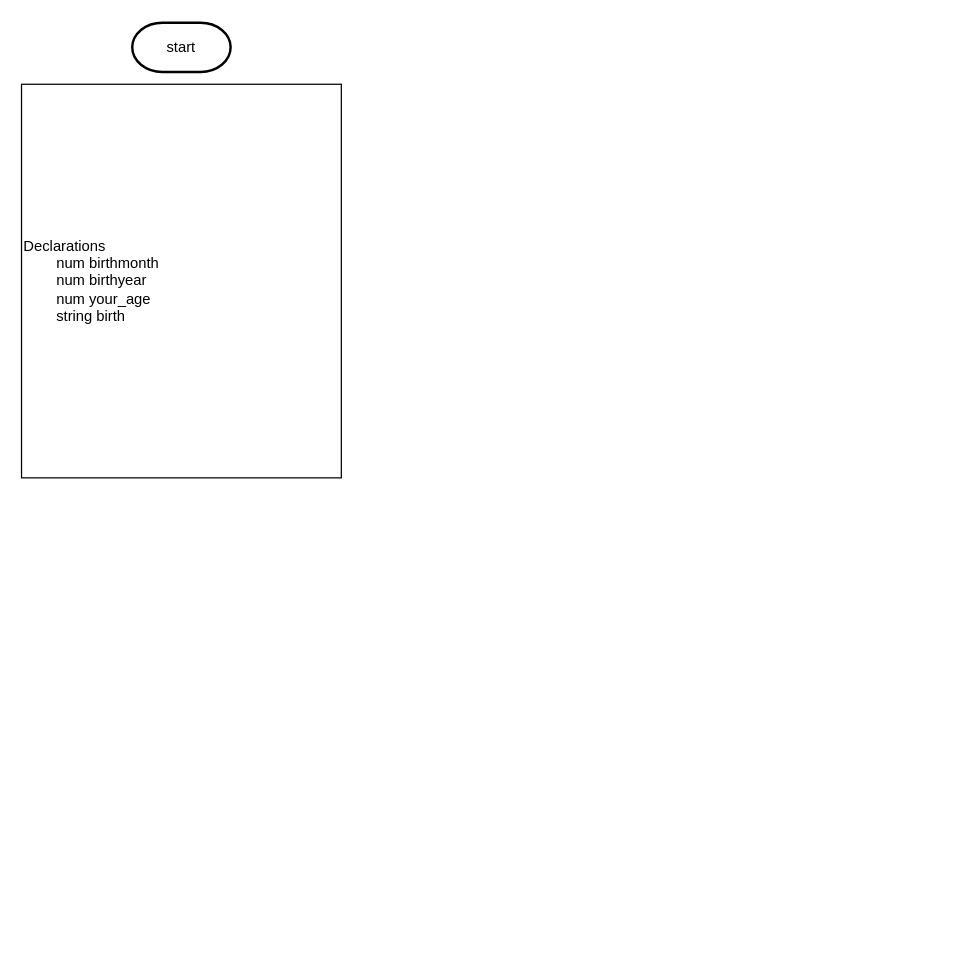
Above: test2.drawio in saydough/waterbased (draw.io), before the change. Source tidied: cells renumbered, new cells numbered last; positions are measured from the earlier drawing's top-left corner, leaving out a move shared by most shapes. Both pictures are drawn from the tidied source at 123%, with x=0, y=0 at pixel (21, 22).
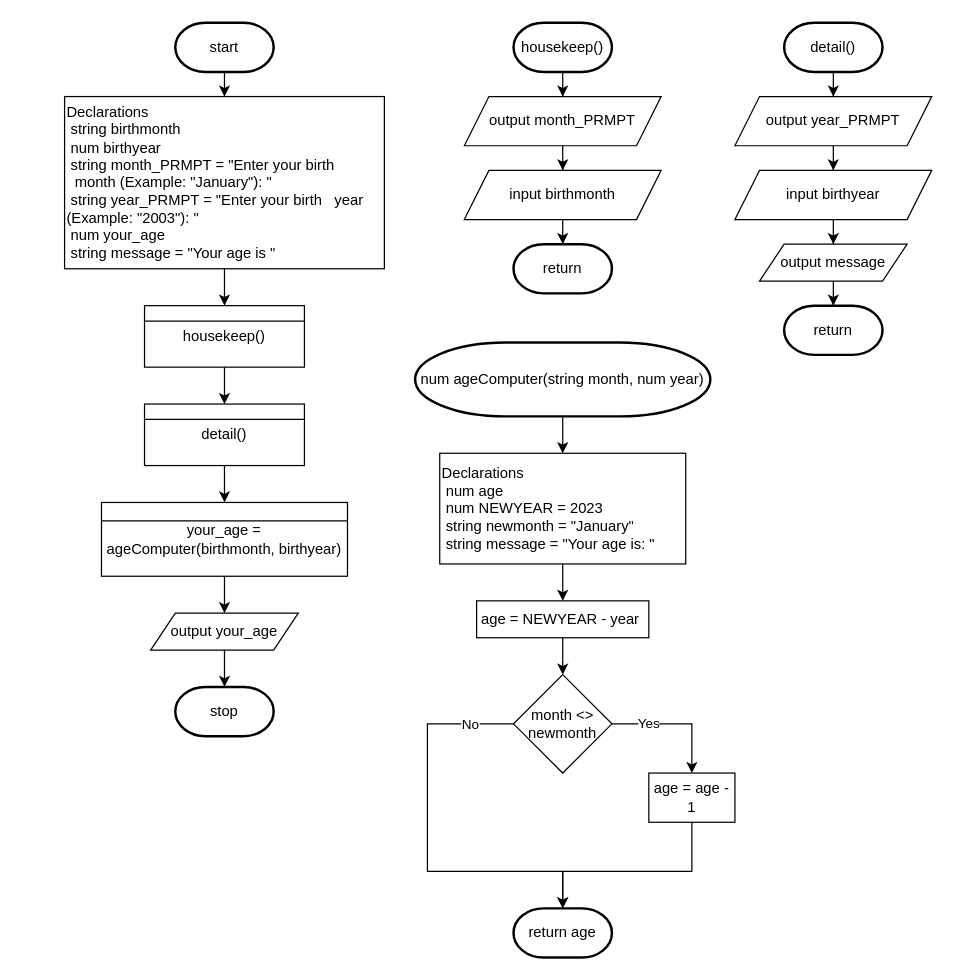
Above is the later version.

What changed in the source:
```diff
@@
+    <mxCell id="4" style="edgeStyle=orthogonalEdgeStyle;rounded=0;jettySize=auto;html=1;entryX=0.5;entryY=0;entryDx=0;entryDy=0;" parent="1" edge="1" source="2" target="3">
+      <mxGeometry relative="1" as="geometry" />
+    </mxCell>
     <mxCell id="2" value="start" style="strokeWidth=2;html=1;shape=mxgraph.flowchart.terminator;whiteSpace=wrap;" parent="1" vertex="1">
-      <mxGeometry x="90" width="80" height="40" as="geometry" />
+      <mxGeometry x="125" width="80" height="40" as="geometry" />
     </mxCell>
+    <mxCell id="5" style="edgeStyle=orthogonalEdgeStyle;rounded=0;jettySize=auto;html=1;entryX=0.5;entryY=0;entryDx=0;entryDy=0;" parent="1" edge="1" source="3" target="7">
+      <mxGeometry relative="1" as="geometry" />
+    </mxCell>
-    <mxCell id="3" value="Declarations&lt;br&gt;&lt;span style=&quot;white-space: pre;&quot;&gt;&#9;&lt;/span&gt;num birthmonth&lt;br&gt;&lt;span style=&quot;white-space: pre;&quot;&gt;&#9;&lt;/span&gt;num birthyear&lt;br&gt;&lt;span style=&quot;white-space: pre;&quot;&gt;&#9;&lt;/span&gt;num your_age&lt;br&gt;&lt;span style=&quot;white-space: pre;&quot;&gt;&#9;&lt;/span&gt;string birth" style="rounded=0;whiteSpace=wrap;html=1;align=left;" parent="1" vertex="1">
-      <mxGeometry y="50" width="260" height="320" as="geometry" />
+    <mxCell id="3" value="Declarations&lt;br&gt;&lt;span style=&quot;white-space: pre;&quot;&gt; &lt;/span&gt;string birthmonth&lt;br&gt;&lt;span style=&quot;white-space: pre;&quot;&gt; &lt;/span&gt;num birthyear&lt;br&gt;&lt;span style=&quot;white-space: pre;&quot;&gt; &lt;/span&gt;string month_PRMPT = &quot;Enter your birth &lt;span style=&quot;white-space: pre;&quot;&gt; &lt;/span&gt;&lt;span style=&quot;white-space: pre;&quot;&gt; &lt;/span&gt;month (Example: &quot;January&quot;): &quot;&lt;br&gt;&lt;span style=&quot;white-space: pre;&quot;&gt; &lt;/span&gt;string year_PRMPT = &quot;Enter your birth &lt;span style=&quot;white-space: pre;&quot;&gt; &lt;/span&gt;&lt;span style=&quot;white-space: pre;&quot;&gt; &lt;/span&gt;year (Example: &quot;2003&quot;): &quot;&lt;br&gt;&lt;span style=&quot;white-space: pre;&quot;&gt; &lt;/span&gt;num your_age&lt;br&gt;&lt;span style=&quot;white-space: pre;&quot;&gt; &lt;/span&gt;string message = &quot;Your age is &quot;" style="rounded=0;whiteSpace=wrap;html=1;align=left;" parent="1" vertex="1">
+      <mxGeometry x="35" y="60" width="260" height="140" as="geometry" />
     </mxCell>
+    <mxCell id="6" style="group;" parent="1" vertex="1">
+      <mxGeometry x="100" y="230" width="130" height="50" as="geometry" />
+    </mxCell>
+    <mxCell id="7" value="housekeep()" style="rounded=0;whiteSpace=wrap;html=1;" parent="6" vertex="1">
+      <mxGeometry width="130" height="50" as="geometry" />
+    </mxCell>
+    <mxCell id="8" style="endArrow=none;html=1;rounded=0;" parent="6" edge="1">
+      <mxGeometry relative="1" as="geometry">
+        <mxPoint y="12.5" as="sourcePoint" />
+        <mxPoint x="130" y="12.5" as="targetPoint" />
+      </mxGeometry>
+    </mxCell>
+    <mxCell id="9" style="edgeStyle=orthogonalEdgeStyle;rounded=0;jettySize=auto;html=1;entryX=0.5;entryY=0;entryDx=0;entryDy=0;" parent="1" edge="1" source="10" target="12">
+      <mxGeometry relative="1" as="geometry" />
+    </mxCell>
+    <mxCell id="10" value="housekeep()" style="strokeWidth=2;html=1;shape=mxgraph.flowchart.terminator;whiteSpace=wrap;" parent="1" vertex="1">
+      <mxGeometry x="400" width="80" height="40" as="geometry" />
+    </mxCell>
+    <mxCell id="11" style="edgeStyle=orthogonalEdgeStyle;rounded=0;jettySize=auto;html=1;entryX=0.5;entryY=0;entryDx=0;entryDy=0;" parent="1" edge="1" source="12" target="14">
+      <mxGeometry relative="1" as="geometry" />
+    </mxCell>
+    <mxCell id="12" value="output month_PRMPT" style="shape=parallelogram;perimeter=parallelogramPerimeter;whiteSpace=wrap;html=1;fixedSize=1;" parent="1" vertex="1">
+      <mxGeometry x="360" y="60" width="160" height="40" as="geometry" />
+    </mxCell>
+    <mxCell id="13" style="edgeStyle=orthogonalEdgeStyle;rounded=0;jettySize=auto;html=1;entryX=0.5;entryY=0;entryDx=0;entryDy=0;entryPerimeter=0;" parent="1" edge="1" source="14" target="19">
+      <mxGeometry relative="1" as="geometry" />
+    </mxCell>
+    <mxCell id="14" value="input birthmonth" style="shape=parallelogram;perimeter=parallelogramPerimeter;whiteSpace=wrap;html=1;fixedSize=1;" parent="1" vertex="1">
+      <mxGeometry x="360" y="120" width="160" height="40" as="geometry" />
+    </mxCell>
+    <mxCell id="15" style="edgeStyle=orthogonalEdgeStyle;rounded=0;jettySize=auto;html=1;entryX=0.5;entryY=0;entryDx=0;entryDy=0;" parent="1" edge="1" source="16" target="18">
+      <mxGeometry relative="1" as="geometry" />
+    </mxCell>
+    <mxCell id="16" value="output year_PRMPT" style="shape=parallelogram;perimeter=parallelogramPerimeter;whiteSpace=wrap;html=1;fixedSize=1;" parent="1" vertex="1">
+      <mxGeometry x="580" y="60" width="160" height="40" as="geometry" />
+    </mxCell>
+    <mxCell id="17" style="edgeStyle=orthogonalEdgeStyle;rounded=0;jettySize=auto;html=1;entryX=0.5;entryY=0;entryDx=0;entryDy=0;" parent="1" edge="1" source="18" target="43">
+      <mxGeometry relative="1" as="geometry" />
+    </mxCell>
+    <mxCell id="18" value="input birthyear" style="shape=parallelogram;perimeter=parallelogramPerimeter;whiteSpace=wrap;html=1;fixedSize=1;" parent="1" vertex="1">
+      <mxGeometry x="580" y="120" width="160" height="40" as="geometry" />
+    </mxCell>
+    <mxCell id="19" value="return" style="strokeWidth=2;html=1;shape=mxgraph.flowchart.terminator;whiteSpace=wrap;" parent="1" vertex="1">
+      <mxGeometry x="400" y="180" width="80" height="40" as="geometry" />
+    </mxCell>
+    <mxCell id="20" style="group;" parent="1" vertex="1">
+      <mxGeometry x="100" y="310" width="130" height="50" as="geometry" />
+    </mxCell>
+    <mxCell id="21" value="detail()" style="rounded=0;whiteSpace=wrap;html=1;" parent="20" vertex="1">
+      <mxGeometry width="130" height="50" as="geometry" />
+    </mxCell>
+    <mxCell id="22" style="endArrow=none;html=1;rounded=0;" parent="20" edge="1">
+      <mxGeometry relative="1" as="geometry">
+        <mxPoint y="12.5" as="sourcePoint" />
+        <mxPoint x="130" y="12.5" as="targetPoint" />
+      </mxGeometry>
+    </mxCell>
+    <mxCell id="23" style="edgeStyle=orthogonalEdgeStyle;rounded=0;jettySize=auto;html=1;entryX=0.5;entryY=0;entryDx=0;entryDy=0;" parent="1" edge="1" source="24" target="16">
+      <mxGeometry relative="1" as="geometry" />
+    </mxCell>
+    <mxCell id="24" value="detail()" style="strokeWidth=2;html=1;shape=mxgraph.flowchart.terminator;whiteSpace=wrap;" parent="1" vertex="1">
+      <mxGeometry x="620" width="80" height="40" as="geometry" />
+    </mxCell>
+    <mxCell id="25" style="group;" parent="1" vertex="1">
+      <mxGeometry x="65" y="390" width="200" height="60" as="geometry" />
+    </mxCell>
+    <mxCell id="26" value="your_age = ageComputer(birthmonth, birthyear)" style="rounded=0;whiteSpace=wrap;html=1;" parent="25" vertex="1">
+      <mxGeometry width="200" height="60" as="geometry" />
+    </mxCell>
+    <mxCell id="27" style="endArrow=none;html=1;rounded=0;" parent="25" edge="1">
+      <mxGeometry relative="1" as="geometry">
+        <mxPoint y="15" as="sourcePoint" />
+        <mxPoint x="200" y="15" as="targetPoint" />
+      </mxGeometry>
+    </mxCell>
+    <mxCell id="28" value="return" style="strokeWidth=2;html=1;shape=mxgraph.flowchart.terminator;whiteSpace=wrap;" parent="1" vertex="1">
+      <mxGeometry x="620" y="230" width="80" height="40" as="geometry" />
+    </mxCell>
+    <mxCell id="29" style="edgeStyle=orthogonalEdgeStyle;rounded=0;jettySize=auto;html=1;entryX=0.5;entryY=0;entryDx=0;entryDy=0;" parent="1" edge="1" source="30" target="32">
+      <mxGeometry relative="1" as="geometry" />
+    </mxCell>
+    <mxCell id="30" value="num ageComputer(string month, num year)" style="strokeWidth=2;html=1;shape=mxgraph.flowchart.terminator;whiteSpace=wrap;" parent="1" vertex="1">
+      <mxGeometry x="320" y="260" width="240" height="60" as="geometry" />
+    </mxCell>
+    <mxCell id="31" style="edgeStyle=orthogonalEdgeStyle;rounded=0;jettySize=auto;html=1;entryX=0.5;entryY=0;entryDx=0;entryDy=0;" parent="1" edge="1" source="32" target="34">
+      <mxGeometry relative="1" as="geometry" />
+    </mxCell>
+    <mxCell id="32" value="Declarations&lt;br&gt;&lt;span style=&quot;white-space: pre;&quot;&gt; &lt;/span&gt;num age&lt;br&gt;&lt;span style=&quot;white-space: pre;&quot;&gt; &lt;/span&gt;num NEWYEAR = 2023&lt;br&gt;&lt;span style=&quot;white-space: pre;&quot;&gt; &lt;/span&gt;string newmonth = &quot;January&quot;&lt;br&gt;&lt;span style=&quot;white-space: pre;&quot;&gt; &lt;/span&gt;string message = &quot;Your age is: &quot;" style="rounded=0;whiteSpace=wrap;html=1;align=left;" parent="1" vertex="1">
+      <mxGeometry x="340" y="350" width="200" height="90" as="geometry" />
+    </mxCell>
+    <mxCell id="33" style="edgeStyle=orthogonalEdgeStyle;rounded=0;jettySize=auto;html=1;entryX=0.5;entryY=0;entryDx=0;entryDy=0;" parent="1" edge="1" source="34" target="39">
+      <mxGeometry relative="1" as="geometry" />
+    </mxCell>
+    <mxCell id="34" value="age = NEWYEAR - year&amp;nbsp;" style="rounded=0;whiteSpace=wrap;html=1;" parent="1" vertex="1">
+      <mxGeometry x="370" y="470" width="140" height="30" as="geometry" />
+    </mxCell>
+    <mxCell id="35" style="edgeStyle=orthogonalEdgeStyle;rounded=0;jettySize=auto;html=1;entryX=0.5;entryY=0;entryDx=0;entryDy=0;" parent="1" edge="1" source="39" target="41">
+      <mxGeometry relative="1" as="geometry" />
+    </mxCell>
+    <mxCell id="36" value="Yes" style="edgeLabel;html=1;align=center;verticalAlign=middle;" parent="35" vertex="1">
+      <mxGeometry x="-0.61" y="1" relative="1" as="geometry">
+        <mxPoint x="9" as="offset" />
+      </mxGeometry>
+    </mxCell>
+    <mxCell id="37" style="edgeStyle=orthogonalEdgeStyle;rounded=0;jettySize=auto;html=1;entryX=0.5;entryY=0;entryDx=0;entryDy=0;" parent="1" edge="1" source="39">
+      <mxGeometry relative="1" as="geometry">
+        <mxPoint x="440" y="720" as="targetPoint" />
+        <Array as="points">
+          <mxPoint x="330" y="570" />
+          <mxPoint x="330" y="690" />
+          <mxPoint x="440" y="690" />
+        </Array>
+      </mxGeometry>
+    </mxCell>
+    <mxCell id="38" value="No" style="edgeLabel;html=1;align=center;verticalAlign=middle;" parent="37" vertex="1">
+      <mxGeometry x="-0.72" y="1" relative="1" as="geometry">
+        <mxPoint x="10" y="-1" as="offset" />
+      </mxGeometry>
+    </mxCell>
+    <mxCell id="39" value="month &amp;lt;&amp;gt; newmonth" style="rhombus;whiteSpace=wrap;html=1;" parent="1" vertex="1">
+      <mxGeometry x="400" y="530" width="80" height="80" as="geometry" />
+    </mxCell>
+    <mxCell id="40" style="edgeStyle=orthogonalEdgeStyle;rounded=0;jettySize=auto;html=1;" parent="1" edge="1" source="41">
+      <mxGeometry relative="1" as="geometry">
+        <mxPoint x="440" y="720" as="targetPoint" />
+        <Array as="points">
+          <mxPoint x="545" y="690" />
+          <mxPoint x="440" y="690" />
+        </Array>
+      </mxGeometry>
+    </mxCell>
+    <mxCell id="41" value="age = age - 1" style="rounded=0;whiteSpace=wrap;html=1;" parent="1" vertex="1">
+      <mxGeometry x="510" y="610" width="70" height="40" as="geometry" />
+    </mxCell>
+    <mxCell id="42" style="edgeStyle=orthogonalEdgeStyle;rounded=0;jettySize=auto;html=1;entryX=0.5;entryY=0;entryDx=0;entryDy=0;entryPerimeter=0;" parent="1" edge="1" source="43" target="28">
+      <mxGeometry relative="1" as="geometry" />
+    </mxCell>
+    <mxCell id="43" value="output message" style="shape=parallelogram;perimeter=parallelogramPerimeter;whiteSpace=wrap;html=1;fixedSize=1;" parent="1" vertex="1">
+      <mxGeometry x="600" y="180" width="120" height="30" as="geometry" />
+    </mxCell>
+    <mxCell id="44" value="return age" style="strokeWidth=2;html=1;shape=mxgraph.flowchart.terminator;whiteSpace=wrap;" parent="1" vertex="1">
+      <mxGeometry x="400" y="720" width="80" height="40" as="geometry" />
+    </mxCell>
+    <mxCell id="45" style="edgeStyle=orthogonalEdgeStyle;rounded=0;jettySize=auto;html=1;entryX=0.5;entryY=0;entryDx=0;entryDy=0;" parent="1" edge="1" source="7" target="21">
+      <mxGeometry relative="1" as="geometry" />
+    </mxCell>
+    <mxCell id="46" style="edgeStyle=orthogonalEdgeStyle;rounded=0;jettySize=auto;html=1;entryX=0.5;entryY=0;entryDx=0;entryDy=0;" parent="1" edge="1" source="21" target="26">
+      <mxGeometry relative="1" as="geometry" />
+    </mxCell>
+    <mxCell id="47" value="stop" style="strokeWidth=2;html=1;shape=mxgraph.flowchart.terminator;whiteSpace=wrap;" parent="1" vertex="1">
+      <mxGeometry x="125" y="540" width="80" height="40" as="geometry" />
+    </mxCell>
+    <mxCell id="48" style="edgeStyle=orthogonalEdgeStyle;rounded=0;jettySize=auto;html=1;entryX=0.5;entryY=0;entryDx=0;entryDy=0;entryPerimeter=0;" parent="1" edge="1" source="49" target="47">
+      <mxGeometry relative="1" as="geometry" />
+    </mxCell>
+    <mxCell id="49" value="output your_age" style="shape=parallelogram;perimeter=parallelogramPerimeter;whiteSpace=wrap;html=1;fixedSize=1;" parent="1" vertex="1">
+      <mxGeometry x="105" y="480" width="120" height="30" as="geometry" />
+    </mxCell>
+    <mxCell id="50" style="edgeStyle=orthogonalEdgeStyle;rounded=0;jettySize=auto;html=1;entryX=0.5;entryY=0;entryDx=0;entryDy=0;" parent="1" edge="1" source="26" target="49">
+      <mxGeometry relative="1" as="geometry" />
+    </mxCell>
```
